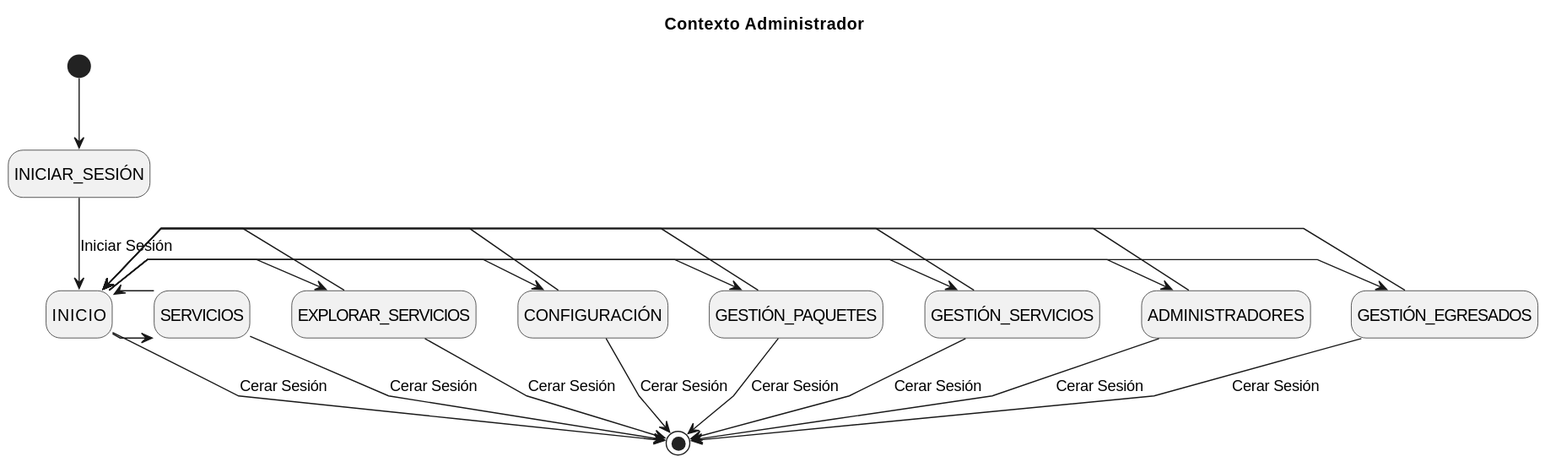
Before: Caso_de_Uso/Contexto/Administrador/Contexto/Contexto.svg, a diagram exported from PlantUML (mmasias/23-24-IdSw1-SDR).
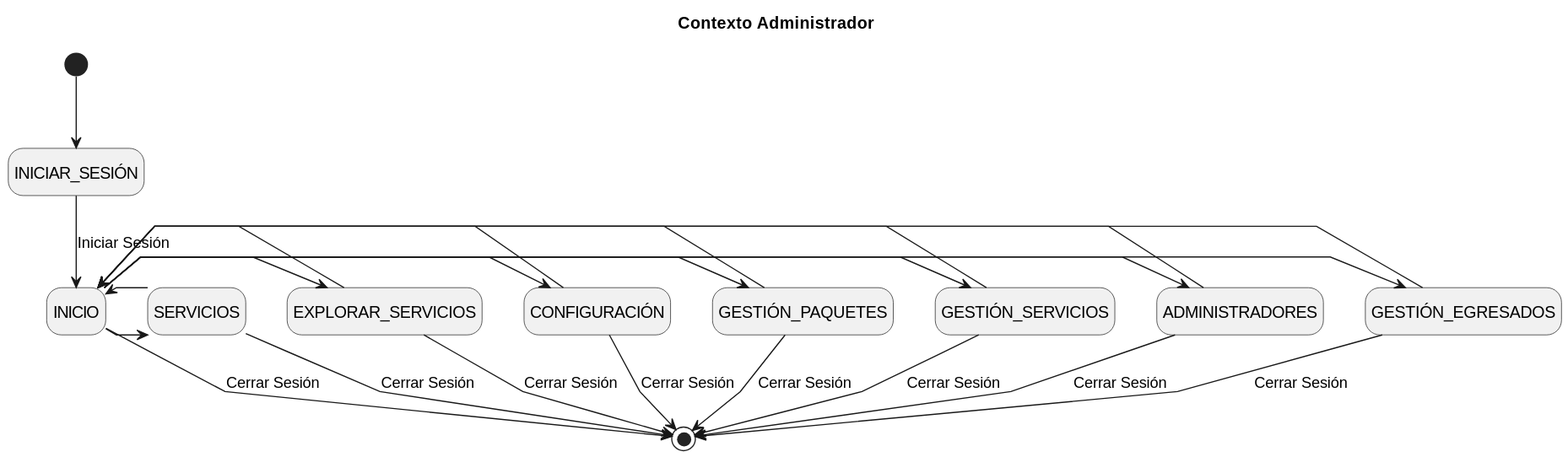
Above is the later version.

Diff of the diagram source:
```diff
@@ -27,14 +27,14 @@
 INICIO -> SERVICIOS
 INICIO <- SERVICIOS
 
-INICIO --> [*] : Cerar Sesión
-SERVICIOS --> [*] : Cerar Sesión
-GESTIÓN_EGRESADOS --> [*] : Cerar Sesión
-ADMINISTRADORES --> [*] : Cerar Sesión
-GESTIÓN_SERVICIOS --> [*] : Cerar Sesión
-GESTIÓN_PAQUETES --> [*] : Cerar Sesión
-CONFIGURACIÓN --> [*] : Cerar Sesión
-EXPLORAR_SERVICIOS --> [*] : Cerar Sesión
+INICIO --> [*] : Cerrar Sesión
+SERVICIOS --> [*] : Cerrar Sesión
+GESTIÓN_EGRESADOS --> [*] : Cerrar Sesión
+ADMINISTRADORES --> [*] : Cerrar Sesión
+GESTIÓN_SERVICIOS --> [*] : Cerrar Sesión
+GESTIÓN_PAQUETES --> [*] : Cerrar Sesión
+CONFIGURACIÓN --> [*] : Cerrar Sesión
+EXPLORAR_SERVICIOS --> [*] : Cerrar Sesión
 
 
 @enduml
```
